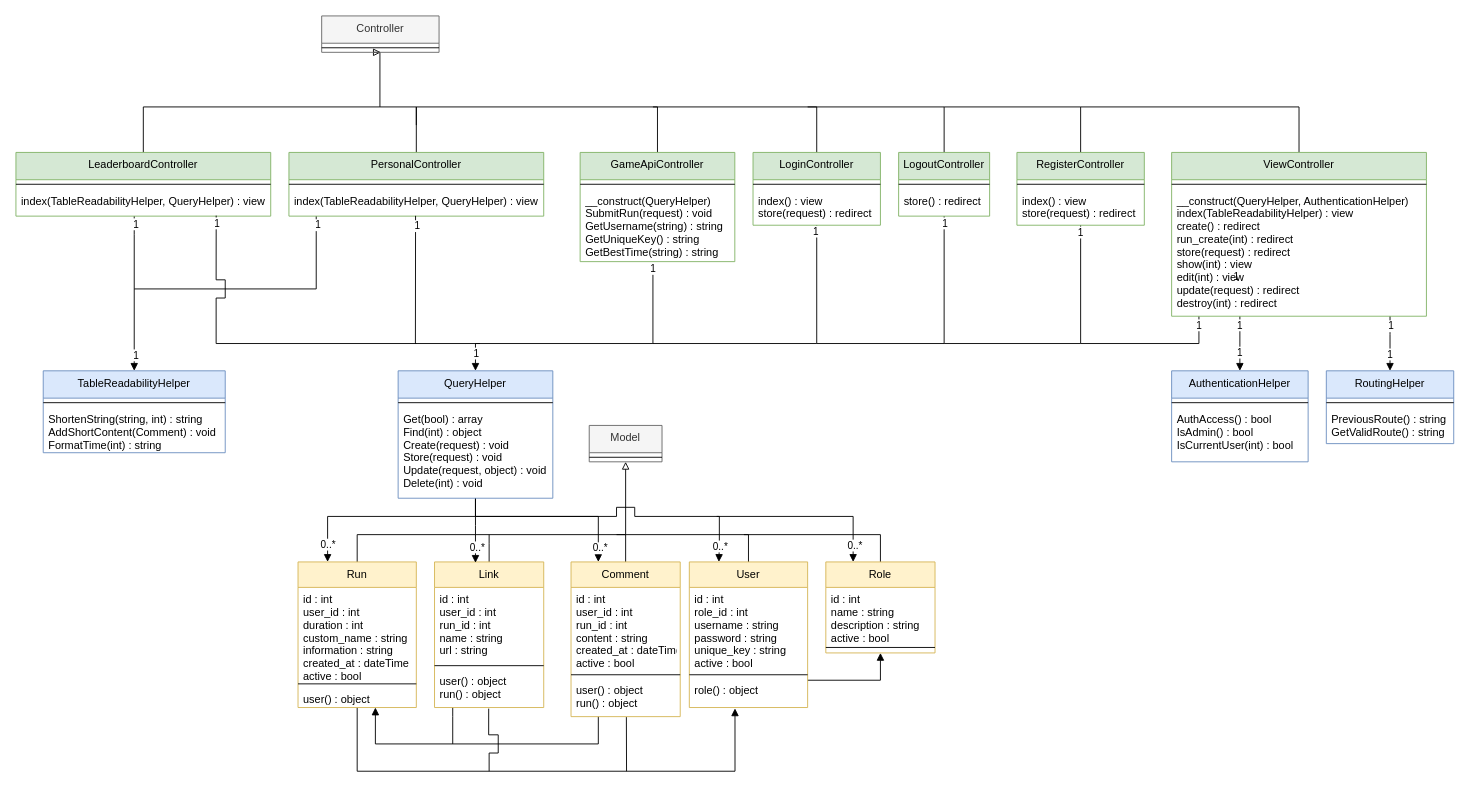
Before: Sprint 5/Diagrams/PlatformSpeedRunnerWebClassDiagram.drawio in Thomas-Molen/S2CMKThomasvanderMolen, a draw.io diagram. Source tidied: cells renumbered, new cells numbered last; positions are measured from the earlier drawing's top-left corner, leaving out a move shared by most shapes. Both pictures are drawn from the tidied source at 91%, with x=0, y=0 at pixel (15, 15).
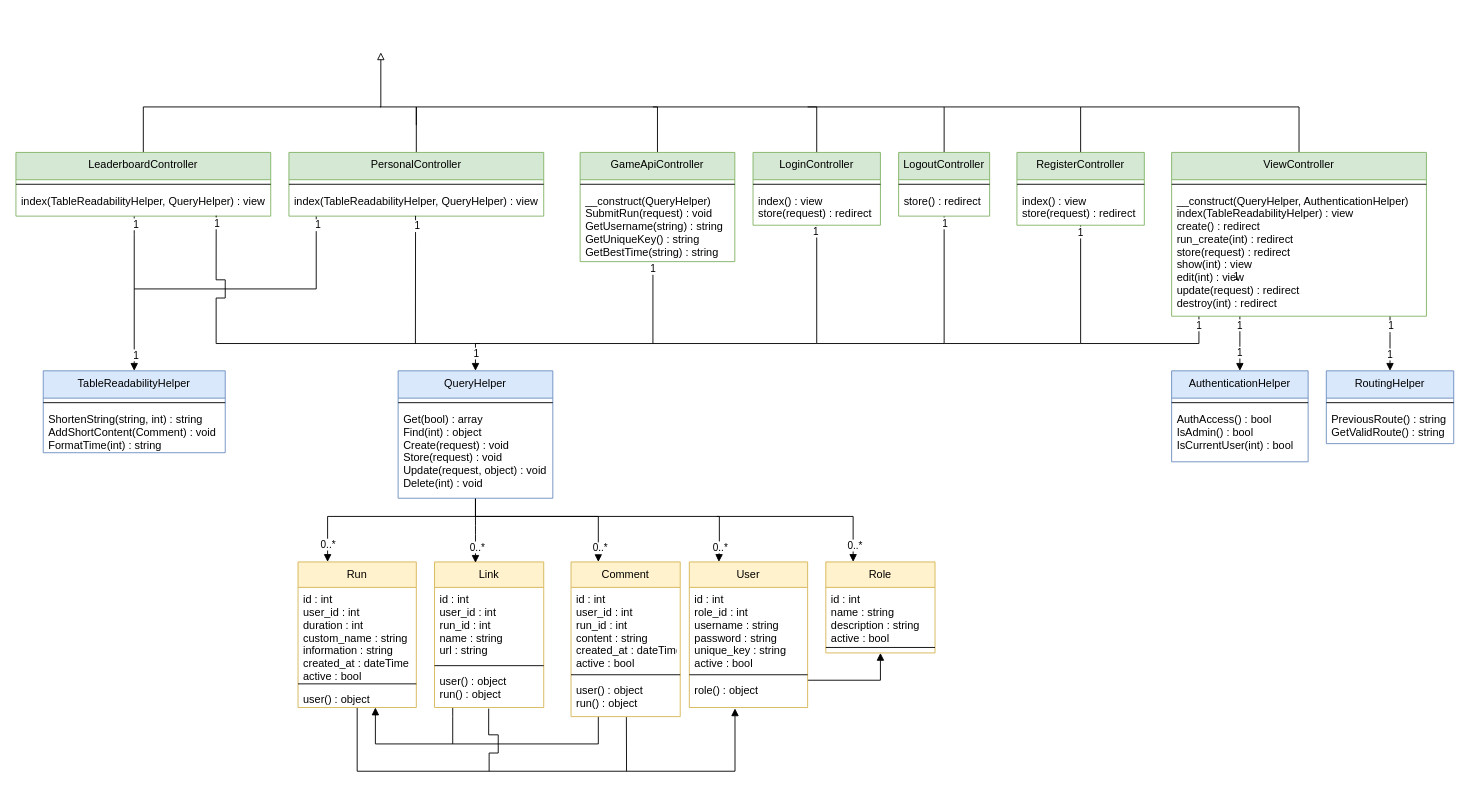
Above is the later version.

The change refers to these unchanged cells:
```xml
<mxCell id="5" value="LeaderboardController" style="swimlane;fontStyle=0;align=center;verticalAlign=top;horizontal=1;startSize=30;rounded=0;shadow=0;strokeWidth=1;fillColor=#d5e8d4;strokeColor=#82b366;" parent="1" vertex="1">
  <mxGeometry y="150" width="280" height="70" as="geometry" />
</mxCell>
<mxCell id="22" value="QueryHelper" style="swimlane;fontStyle=0;align=center;verticalAlign=top;horizontal=1;startSize=30;rounded=0;shadow=0;strokeWidth=1;fillColor=#dae8fc;strokeColor=#6c8ebf;" parent="1" vertex="1">
  <mxGeometry x="420" y="390" width="170" height="140" as="geometry" />
</mxCell>
<mxCell id="81" value="Comment" style="swimlane;fontStyle=0;align=center;verticalAlign=top;horizontal=1;startSize=28;rounded=0;shadow=0;strokeWidth=1;fillColor=#fff2cc;strokeColor=#d6b656;" parent="1" vertex="1">
  <mxGeometry x="610" y="600" width="120" height="170" as="geometry" />
</mxCell>
<mxCell id="90" value="Link" style="swimlane;fontStyle=0;align=center;verticalAlign=top;horizontal=1;startSize=28;rounded=0;shadow=0;strokeWidth=1;fillColor=#fff2cc;strokeColor=#d6b656;" parent="1" vertex="1">
  <mxGeometry x="460" y="600" width="120" height="160" as="geometry" />
</mxCell>
<mxCell id="95" value="Role" style="swimlane;fontStyle=0;align=center;verticalAlign=top;horizontal=1;startSize=28;rounded=0;shadow=0;strokeWidth=1;fillColor=#fff2cc;strokeColor=#d6b656;" parent="1" vertex="1">
  <mxGeometry x="890" y="600" width="120" height="100" as="geometry" />
</mxCell>
<mxCell id="100" value="Run" style="swimlane;fontStyle=0;align=center;verticalAlign=top;horizontal=1;startSize=28;rounded=0;shadow=0;strokeWidth=1;fillColor=#fff2cc;strokeColor=#d6b656;" parent="1" vertex="1">
  <mxGeometry x="310" y="600" width="130" height="160" as="geometry" />
</mxCell>
<mxCell id="106" value="User" style="swimlane;fontStyle=0;align=center;verticalAlign=top;horizontal=1;startSize=28;rounded=0;shadow=0;strokeWidth=1;fillColor=#fff2cc;strokeColor=#d6b656;" parent="1" vertex="1">
  <mxGeometry x="740" y="600" width="130" height="160" as="geometry" />
</mxCell>
```

Diff of the diagram source:
```diff
@@
     <mxCell id="2" style="edgeStyle=orthogonalEdgeStyle;rounded=0;jettySize=auto;html=1;endArrow=block;endFill=0;exitX=0.5;exitY=0;exitDx=0;exitDy=0;" parent="1" edge="1" source="5">
       <mxGeometry relative="1" as="geometry">
         <mxPoint x="401" y="40" as="targetPoint" />
         <Array as="points">
           <mxPoint x="140" y="100" />
-          <mxPoint x="400" y="100" />
-          <mxPoint x="400" y="40" />
-          <mxPoint x="401" y="40" />
+          <mxPoint x="401" y="100" />
         </Array>
       </mxGeometry>
     </mxCell>
@@
     <mxCell id="18" style="edgeStyle=orthogonalEdgeStyle;rounded=0;jettySize=auto;html=1;startArrow=none;startFill=0;endArrow=block;endFill=1;entryX=0.25;entryY=0;entryDx=0;entryDy=0;" parent="1" edge="1" source="22" target="106">
       <mxGeometry relative="1" as="geometry">
         <Array as="points">
           <mxPoint x="505" y="550" />
-          <mxPoint x="660" y="550" />
-          <mxPoint x="660" y="540" />
-          <mxPoint x="680" y="540" />
-          <mxPoint x="680" y="550" />
           <mxPoint x="773" y="550" />
-          <mxPoint x="773" y="580" />
           <mxPoint x="773" y="580" />
         </Array>
       </mxGeometry>
     </mxCell>
@@
-    <mxCell id="45" value="Controller" style="swimlane;fontStyle=0;align=center;verticalAlign=top;horizontal=1;startSize=30;rounded=0;shadow=0;strokeWidth=1;fillColor=#f5f5f5;strokeColor=#666666;fontColor=#333333;" parent="1" vertex="1">
-      <mxGeometry x="336" width="129" height="40" as="geometry" />
-    </mxCell>
-    <mxCell id="46" style="line;html=1;strokeWidth=1;align=left;verticalAlign=middle;spacingTop=-1;spacingLeft=3;spacingRight=3;labelPosition=right;" parent="45" vertex="1">
-      <mxGeometry y="30" width="129" height="10" as="geometry" />
-    </mxCell>
@@
-    <mxCell id="80" style="edgeStyle=orthogonalEdgeStyle;rounded=0;jettySize=auto;html=1;startArrow=none;startFill=0;endArrow=none;endFill=0;" parent="1" edge="1" source="81">
-      <mxGeometry relative="1" as="geometry">
-        <mxPoint x="660" y="570" as="targetPoint" />
-        <Array as="points">
-          <mxPoint x="670" y="570" />
-        </Array>
-      </mxGeometry>
-    </mxCell>
@@
-    <mxCell id="85" value="Model" style="swimlane;fontStyle=0;align=center;verticalAlign=top;horizontal=1;startSize=30;rounded=0;shadow=0;strokeWidth=1;fillColor=#f5f5f5;strokeColor=#666666;fontColor=#333333;" parent="1" vertex="1">
-      <mxGeometry x="630" y="450" width="80" height="40" as="geometry" />
-    </mxCell>
-    <mxCell id="86" style="line;html=1;strokeWidth=1;align=left;verticalAlign=middle;spacingTop=-1;spacingLeft=3;spacingRight=3;labelPosition=right;" parent="85" vertex="1">
-      <mxGeometry y="30" width="80" height="10" as="geometry" />
-    </mxCell>
@@
-    <mxCell id="89" style="edgeStyle=orthogonalEdgeStyle;rounded=0;jettySize=auto;html=1;startArrow=none;startFill=0;endArrow=none;endFill=0;" parent="1" edge="1" source="90">
-      <mxGeometry relative="1" as="geometry">
-        <mxPoint x="520" y="570" as="targetPoint" />
-      </mxGeometry>
-    </mxCell>
@@
-    <mxCell id="94" style="edgeStyle=orthogonalEdgeStyle;rounded=0;jettySize=auto;html=1;startArrow=none;startFill=0;endArrow=none;endFill=0;" parent="1" edge="1" source="95">
-      <mxGeometry relative="1" as="geometry">
-        <mxPoint x="800" y="570" as="targetPoint" />
-        <Array as="points">
-          <mxPoint x="950" y="570" />
-        </Array>
-      </mxGeometry>
-    </mxCell>
@@
-    <mxCell id="99" style="edgeStyle=orthogonalEdgeStyle;rounded=0;jettySize=auto;html=1;entryX=0.5;entryY=1;entryDx=0;entryDy=0;startArrow=none;startFill=0;endArrow=block;endFill=0;" parent="1" edge="1" source="100" target="85">
-      <mxGeometry relative="1" as="geometry">
-        <Array as="points">
-          <mxPoint x="375" y="570" />
-          <mxPoint x="670" y="570" />
-        </Array>
-      </mxGeometry>
-    </mxCell>
@@
-    <mxCell id="105" style="edgeStyle=orthogonalEdgeStyle;rounded=0;jettySize=auto;html=1;startArrow=none;startFill=0;endArrow=none;endFill=0;" parent="1" edge="1" source="106">
-      <mxGeometry relative="1" as="geometry">
-        <mxPoint x="670" y="570" as="targetPoint" />
-        <Array as="points">
-          <mxPoint x="805" y="570" />
-        </Array>
-      </mxGeometry>
-    </mxCell>
```
